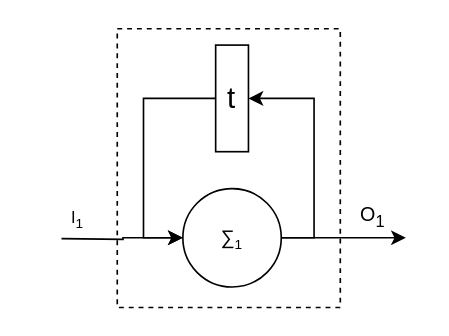
WFUing/GRADUATION keeps this draw.io diagram as 循环组装.drawio. Above is the earlier version. Source tidied: cells renumbered, new cells numbered last; positions are measured from the earlier drawing's top-left corner, leaving out a move shared by most shapes. Both pictures are drawn from the tidied source at 164%, with x=0, y=0 at pixel (28, 28).
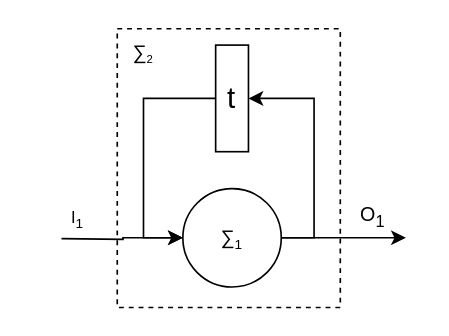
The same diagram, later.

Commit message:
更新循环组装.drawio

What changed in the source:
```diff
@@
 <mxGraphModel>
   <root>
     <mxCell id="0" />
     <mxCell id="1" parent="0" />
     <mxCell id="2" style="rounded=0;whiteSpace=wrap;html=1;dashed=1;" parent="1" vertex="1">
       <mxGeometry x="54" width="136" height="170" as="geometry" />
     </mxCell>
     <mxCell id="3" value="&lt;font style=&quot;font-size: 18px;&quot;&gt;t&lt;/font&gt;" style="rounded=0;whiteSpace=wrap;html=1;" parent="1" vertex="1">
       <mxGeometry x="114" y="10" width="20" height="65" as="geometry" />
     </mxCell>
     <mxCell id="4" style="edgeStyle=orthogonalEdgeStyle;rounded=0;jettySize=auto;html=1;exitX=1;exitY=0.5;exitDx=0;exitDy=0;entryX=1;entryY=0.5;entryDx=0;entryDy=0;" parent="1" edge="1" source="5" target="3">
       <mxGeometry relative="1" as="geometry" />
     </mxCell>
     <mxCell id="5" value="∑&lt;span style=&quot;font-size: 10px;&quot;&gt;&lt;sub&gt;1&lt;/sub&gt;&lt;/span&gt;" style="ellipse;whiteSpace=wrap;html=1;" parent="1" vertex="1">
       <mxGeometry x="94" y="97.5" width="60" height="60" as="geometry" />
     </mxCell>
     <mxCell id="6" style="edgeStyle=orthogonalEdgeStyle;rounded=0;jettySize=auto;html=1;exitX=0;exitY=0.5;exitDx=0;exitDy=0;entryX=0;entryY=0.5;entryDx=0;entryDy=0;" parent="1" edge="1" source="3" target="5">
       <mxGeometry relative="1" as="geometry">
         <Array as="points">
           <mxPoint x="70" y="43" />
           <mxPoint x="70" y="128" />
         </Array>
       </mxGeometry>
     </mxCell>
     <mxCell id="7" style="edgeStyle=orthogonalEdgeStyle;rounded=0;jettySize=auto;html=1;exitX=1;exitY=0.5;exitDx=0;exitDy=0;entryX=0;entryY=0.5;entryDx=0;entryDy=0;" parent="1" edge="1" source="5">
       <mxGeometry relative="1" as="geometry">
         <mxPoint x="230" y="127.5" as="targetPoint" />
       </mxGeometry>
     </mxCell>
     <mxCell id="8" style="edgeStyle=orthogonalEdgeStyle;rounded=0;jettySize=auto;html=1;" parent="1" edge="1" target="5">
       <mxGeometry relative="1" as="geometry">
         <mxPoint x="20" y="128" as="sourcePoint" />
       </mxGeometry>
     </mxCell>
     <mxCell id="9" value="O&lt;sub&gt;1&lt;/sub&gt;" style="text;strokeColor=none;align=center;fillColor=none;html=1;verticalAlign=middle;whiteSpace=wrap;rounded=0;" parent="1" vertex="1">
       <mxGeometry x="180" y="100" width="60" height="30" as="geometry" />
     </mxCell>
     <mxCell id="10" value="&lt;span style=&quot;font-size: 10px;&quot;&gt;I&lt;sub&gt;1&lt;/sub&gt;&lt;/span&gt;" style="text;strokeColor=none;align=center;fillColor=none;html=1;verticalAlign=middle;whiteSpace=wrap;rounded=0;" parent="1" vertex="1">
       <mxGeometry y="100" width="60" height="30" as="geometry" />
     </mxCell>
+    <mxCell id="11" value="∑&lt;span style=&quot;font-size: 8.33333px;&quot;&gt;&lt;sub&gt;2&lt;/sub&gt;&lt;/span&gt;" style="text;strokeColor=none;align=center;fillColor=none;html=1;verticalAlign=middle;whiteSpace=wrap;rounded=0;" parent="1" vertex="1">
+      <mxGeometry x="40" width="60" height="30" as="geometry" />
+    </mxCell>
   </root>
 </mxGraphModel>
```
